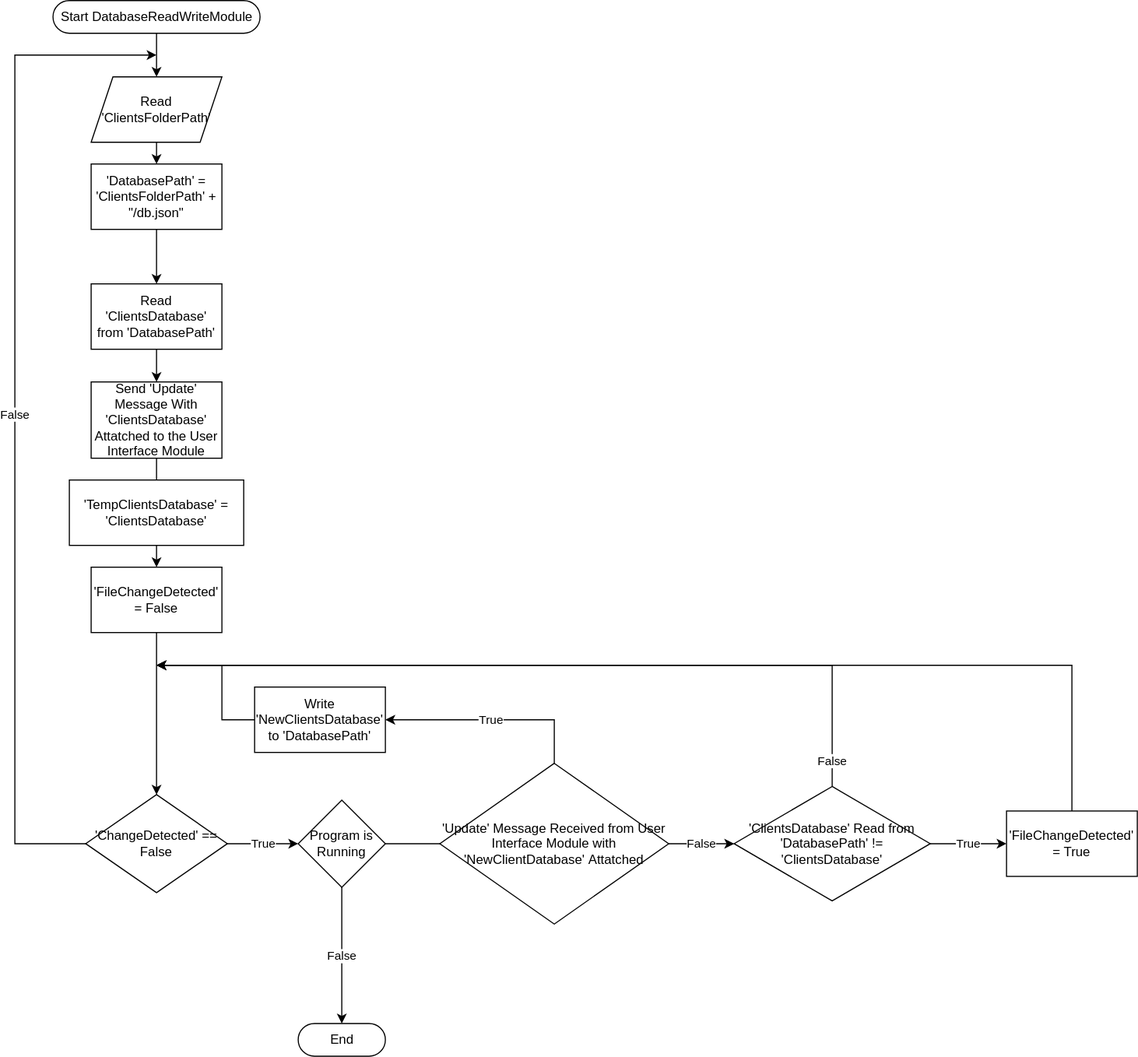
The draw.io diagram docs/module-2/flowchart.drawio.svg in amydevs/property-client-manager, before a commit. Source tidied: cells renumbered, new cells last; positions are measured from the earlier drawing's top-left corner, leaving out a move shared by most shapes.
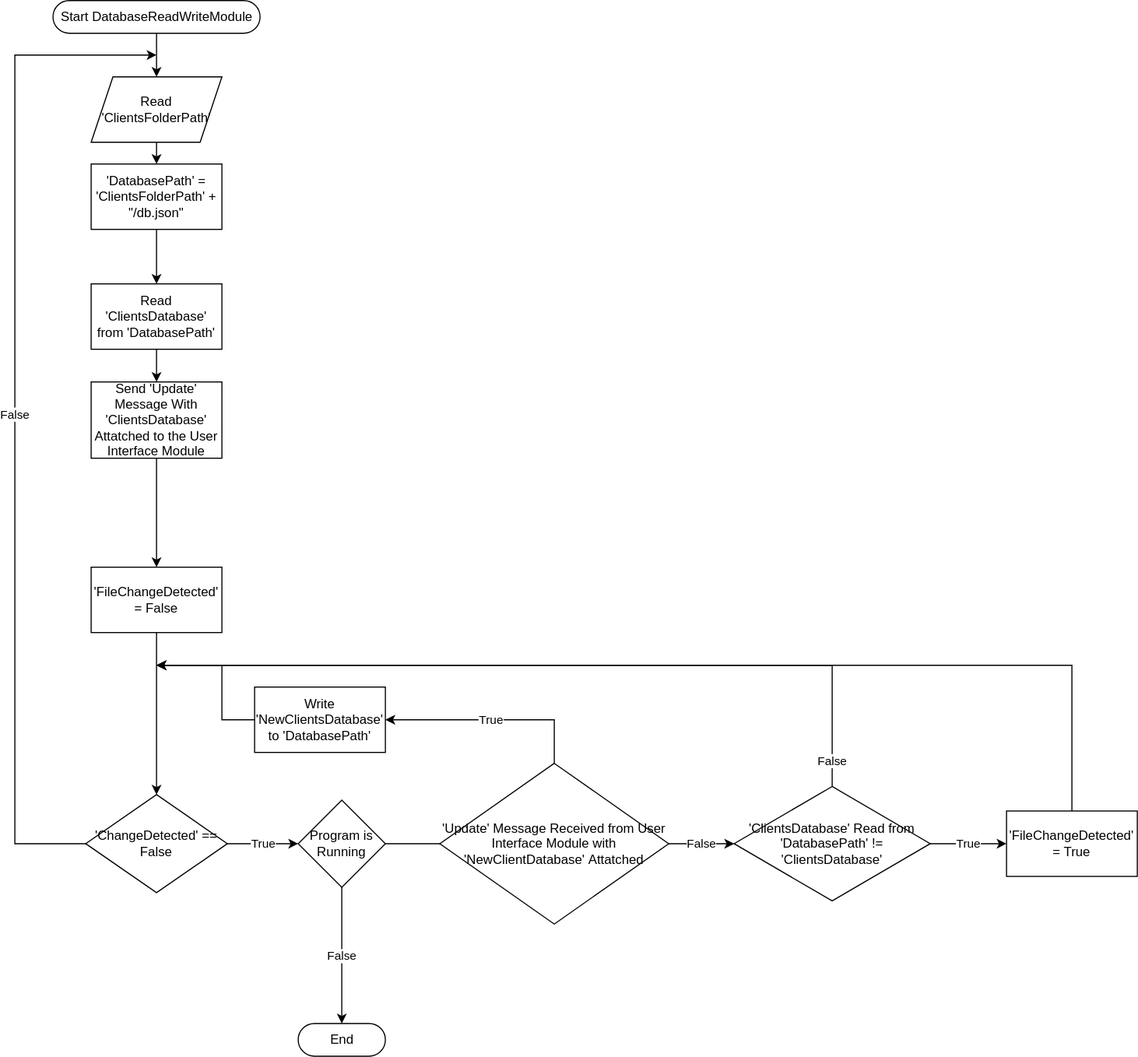
Above is the later version.

Diff of the diagram source:
```diff
@@ -29,9 +29,9 @@
     <mxCell id="10" value="Read 'ClientsDatabase' from 'DatabasePath'" style="rounded=0;whiteSpace=wrap;html=1;" parent="1" vertex="1">
       <mxGeometry x="70" y="260" width="120" height="60" as="geometry" />
     </mxCell>
-    <mxCell id="11" style="edgeStyle=orthogonalEdgeStyle;rounded=0;html=1;startArrow=none;" parent="1" edge="1" source="24" target="17">
-      <mxGeometry relative="1" as="geometry" />
-    </mxCell>
+    <mxCell id="33" style="edgeStyle=none;html=1;" parent="1" edge="1" source="12" target="17">
+      <mxGeometry relative="1" as="geometry" />
+    </mxCell>
     <mxCell id="12" value="Send 'Update' Message With 'ClientsDatabase' Attatched to the User Interface Module" style="rounded=0;whiteSpace=wrap;html=1;" parent="1" vertex="1">
       <mxGeometry x="70" y="350" width="120" height="70" as="geometry" />
     </mxCell>
@@ -81,12 +81,6 @@
     <mxCell id="23" value="'ClientsDatabase' Read from 'DatabasePath' != 'ClientsDatabase'" style="rhombus;whiteSpace=wrap;html=1;" parent="1" vertex="1">
       <mxGeometry x="660" y="721.2" width="180" height="105" as="geometry" />
     </mxCell>
-    <mxCell id="24" value="'TempClientsDatabase' = 'ClientsDatabase'" style="rounded=0;whiteSpace=wrap;html=1;" parent="1" vertex="1">
-      <mxGeometry x="50" y="440" width="160" height="60" as="geometry" />
-    </mxCell>
-    <mxCell id="25" style="edgeStyle=orthogonalEdgeStyle;rounded=0;html=1;endArrow=none;" parent="1" edge="1" source="12" target="24">
-      <mxGeometry relative="1" as="geometry" />
-    </mxCell>
     <mxCell id="26" style="edgeStyle=orthogonalEdgeStyle;rounded=0;html=1;exitX=0.5;exitY=0;exitDx=0;exitDy=0;" parent="1" edge="1" source="27">
       <mxGeometry relative="1" as="geometry">
         <mxPoint x="130" y="610" as="targetPoint" />
```
